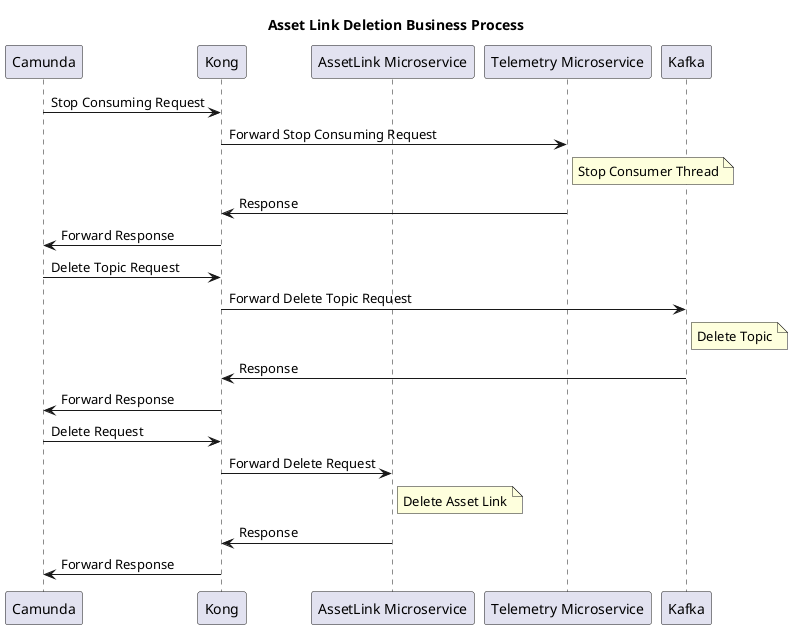
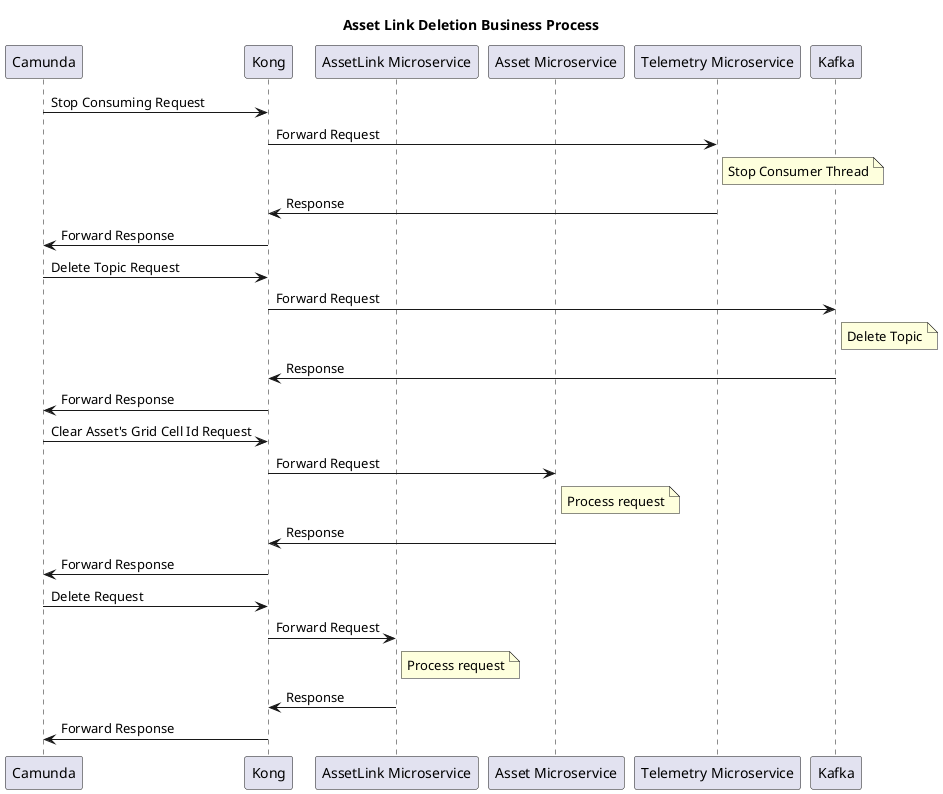
@startuml AssetLinkDeletion
title Asset Link Deletion Business Process
+ 
+ /'
+ Stop the consumption of the topic(s) by the Telemetry Microservice POST /Telemetry/stop
+ Delete the topic(s) from Kafka using the AssetLink microservice DELETE /AssetLink/topic/{assetId}/{gridCellId}
+ Remove the grid cell to the asset(s) using the Asset MicroService PUT /Asset/{id}
+ Delete the asset link we need to first make a contract between the prosumer and utility operator. POST /AssetLink
+ '/

participant Camunda
participant Kong
participant "AssetLink Microservice" as Link
+ participant "Asset Microservice" as Asset
participant "Telemetry Microservice" as Tel
participant Kafka

Camunda -> Kong : Stop Consuming Request
- Kong -> Tel : Forward Stop Consuming Request
+ Kong -> Tel : Forward Request
note right of Tel : Stop Consumer Thread
Tel -> Kong : Response
Kong -> Camunda : Forward Response

Camunda -> Kong : Delete Topic Request
- Kong -> Kafka : Forward Delete Topic Request
+ Kong -> Kafka : Forward Request
note right of Kafka : Delete Topic
Kafka -> Kong : Response
Kong -> Camunda : Forward Response

+ Camunda -> Kong : Clear Asset's Grid Cell Id Request
+ Kong -> Asset : Forward Request
+ note right of Asset : Process request
+ Asset -> Kong : Response
+ Kong -> Camunda : Forward Response
+ 
Camunda -> Kong : Delete Request
- Kong -> Link : Forward Delete Request
- note right of Link : Delete Asset Link
+ Kong -> Link : Forward Request
+ note right of Link : Process request
Link -> Kong : Response
Kong -> Camunda : Forward Response
@enduml